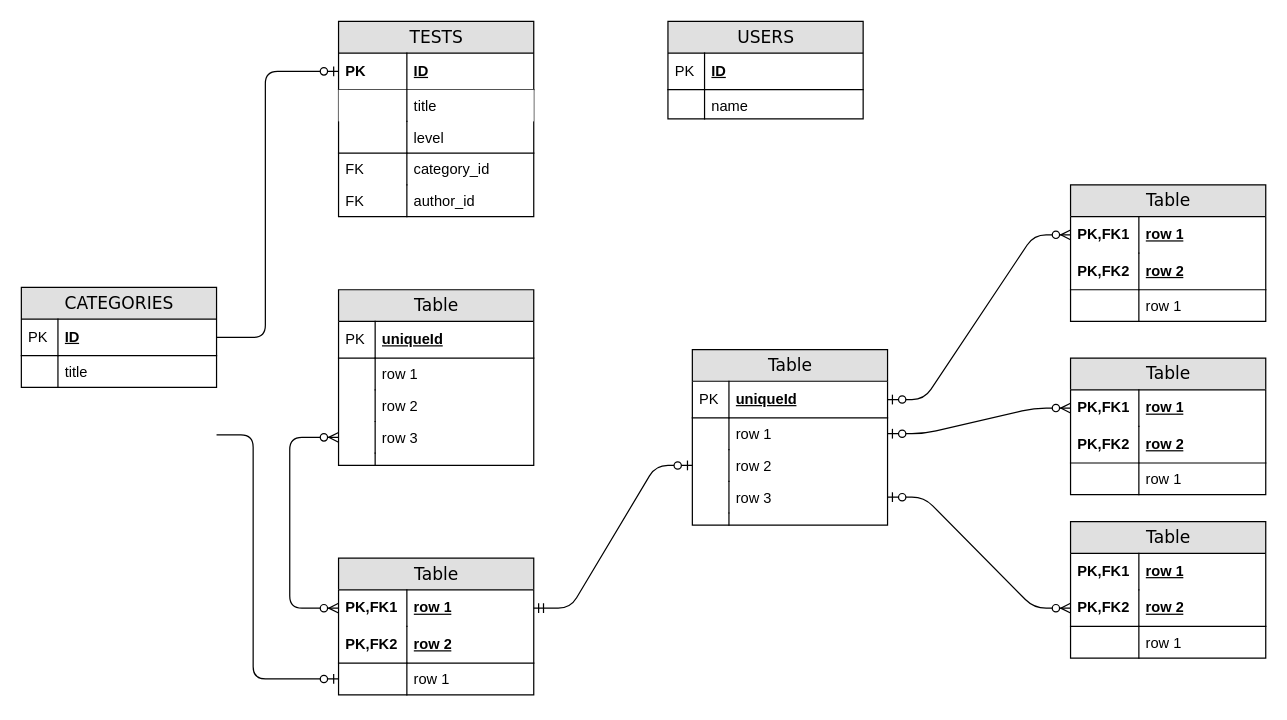
The draw.io diagram public/Untitled Diagram.drawio in skvortsovvg/TestGuru, before the edit. Source tidied: cells renumbered, new cells numbered last; positions are measured from the earlier drawing's top-left corner, leaving out a move shared by most shapes. Both pictures are drawn from the tidied source at 122%, with x=0, y=0 at pixel (21, 21).
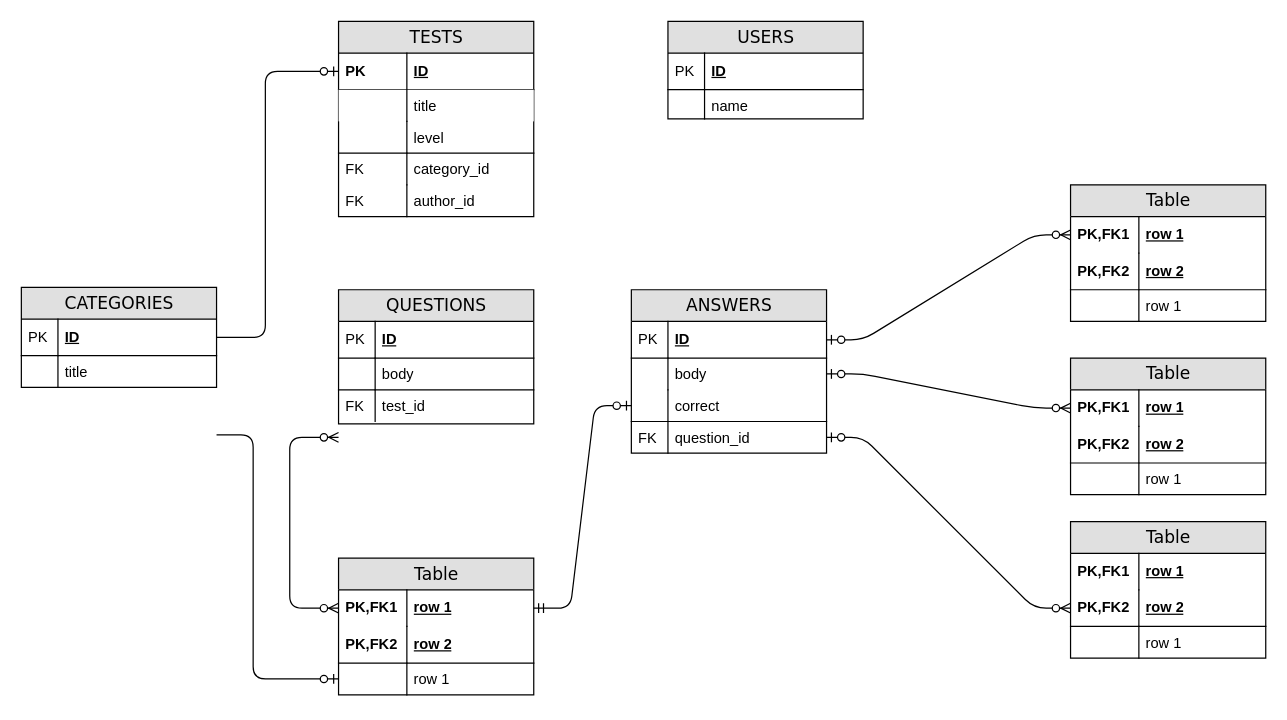
After the change.

Commit message:
questions, answers

Unchanged cells that the change refers to:
```xml
<mxCell id="48" value="row 1" style="shape=partialRectangle;top=0;left=0;right=0;bottom=0;html=1;align=left;verticalAlign=middle;fillColor=none;spacingLeft=60;spacingRight=4;whiteSpace=wrap;overflow=hidden;points=[[0,0.5],[1,0.5]];portConstraint=eastwest;fontStyle=5;" parent="47" vertex="1">
  <mxGeometry y="26" width="160" height="30" as="geometry" />
</mxCell>
```

The edit, as a diff of the source:
```diff
@@
-    <mxCell id="18" value="Table" style="swimlane;html=1;fontStyle=0;horizontal=1;startSize=26;fillColor=#e0e0e0;swimlaneFillColor=#ffffff;align=center;rounded=0;shadow=0;comic=0;labelBackgroundColor=none;strokeWidth=1;fontFamily=Verdana;fontSize=14;" parent="1" vertex="1">
-      <mxGeometry x="260" y="220" width="160" height="144" as="geometry" />
+    <mxCell id="18" value="QUESTIONS" style="swimlane;html=1;fontStyle=0;horizontal=1;startSize=26;fillColor=#e0e0e0;swimlaneFillColor=#ffffff;align=center;rounded=0;shadow=0;comic=0;labelBackgroundColor=none;strokeWidth=1;fontFamily=Verdana;fontSize=14;" parent="1" vertex="1">
+      <mxGeometry x="260" y="220" width="160" height="110" as="geometry" />
     </mxCell>
-    <mxCell id="19" value="uniqueId" style="shape=partialRectangle;top=0;left=0;right=0;bottom=1;html=1;align=left;verticalAlign=middle;fillColor=none;spacingLeft=34;spacingRight=4;whiteSpace=wrap;overflow=hidden;fontStyle=5;" parent="18" vertex="1">
+    <mxCell id="19" value="ID" style="shape=partialRectangle;top=0;left=0;right=0;bottom=1;html=1;align=left;verticalAlign=middle;fillColor=none;spacingLeft=34;spacingRight=4;whiteSpace=wrap;overflow=hidden;fontStyle=5;" parent="18" vertex="1">
       <mxGeometry y="26" width="160" height="30" as="geometry" />
     </mxCell>
@@
-    <mxCell id="21" value="row 1" style="shape=partialRectangle;top=0;left=0;right=0;bottom=0;html=1;align=left;verticalAlign=top;fillColor=none;spacingLeft=34;spacingRight=4;whiteSpace=wrap;overflow=hidden;" parent="18" vertex="1">
+    <mxCell id="21" value="body" style="shape=partialRectangle;top=0;left=0;right=0;bottom=0;html=1;align=left;verticalAlign=top;fillColor=none;spacingLeft=34;spacingRight=4;whiteSpace=wrap;overflow=hidden;" parent="18" vertex="1">
       <mxGeometry y="56" width="160" height="26" as="geometry" />
     </mxCell>
@@
-    <mxCell id="23" value="row 2" style="shape=partialRectangle;top=0;left=0;right=0;bottom=0;html=1;align=left;verticalAlign=top;fillColor=none;spacingLeft=34;spacingRight=4;whiteSpace=wrap;overflow=hidden;" parent="18" vertex="1">
+    <mxCell id="23" value="test_id" style="shape=partialRectangle;top=1;left=0;right=0;bottom=0;html=1;align=left;verticalAlign=top;fillColor=none;spacingLeft=34;spacingRight=4;whiteSpace=wrap;overflow=hidden;" parent="18" vertex="1">
       <mxGeometry y="82" width="160" height="26" as="geometry" />
     </mxCell>
-    <mxCell id="24" style="shape=partialRectangle;top=0;left=0;bottom=0;html=1;fillColor=none;align=left;verticalAlign=top;spacingLeft=4;spacingRight=4;whiteSpace=wrap;overflow=hidden;" parent="23" vertex="1">
+    <mxCell id="24" value="FK" style="shape=partialRectangle;top=0;left=0;bottom=0;html=1;fillColor=none;align=left;verticalAlign=top;spacingLeft=4;spacingRight=4;whiteSpace=wrap;overflow=hidden;" parent="23" vertex="1">
       <mxGeometry width="30" height="26" as="geometry" />
     </mxCell>
-    <mxCell id="25" value="row 3" style="shape=partialRectangle;top=0;left=0;right=0;bottom=0;html=1;align=left;verticalAlign=top;fillColor=none;spacingLeft=34;spacingRight=4;whiteSpace=wrap;overflow=hidden;points=[[0,0.5],[1,0.5]];portConstraint=eastwest;" parent="18" vertex="1">
-      <mxGeometry y="108" width="160" height="26" as="geometry" />
-    </mxCell>
-    <mxCell id="26" style="shape=partialRectangle;top=0;left=0;bottom=0;html=1;fillColor=none;align=left;verticalAlign=top;spacingLeft=4;spacingRight=4;whiteSpace=wrap;overflow=hidden;" parent="25" vertex="1">
-      <mxGeometry width="30" height="26" as="geometry" />
-    </mxCell>
-    <mxCell id="27" style="shape=partialRectangle;top=0;left=0;right=0;bottom=0;html=1;align=left;verticalAlign=top;fillColor=none;spacingLeft=34;spacingRight=4;whiteSpace=wrap;overflow=hidden;" parent="18" vertex="1">
-      <mxGeometry y="134" width="160" height="10" as="geometry" />
-    </mxCell>
-    <mxCell id="28" style="shape=partialRectangle;top=0;left=0;bottom=0;html=1;fillColor=none;align=left;verticalAlign=top;spacingLeft=4;spacingRight=4;whiteSpace=wrap;overflow=hidden;" parent="27" vertex="1">
-      <mxGeometry width="30" height="10" as="geometry" />
-    </mxCell>
-    <mxCell id="29" value="Table" style="swimlane;html=1;fontStyle=0;horizontal=1;startSize=26;fillColor=#e0e0e0;swimlaneFillColor=#ffffff;align=center;rounded=0;shadow=0;comic=0;labelBackgroundColor=none;strokeWidth=1;fontFamily=Verdana;fontSize=14;" parent="1" vertex="1">
-      <mxGeometry x="550" y="269" width="160" height="144" as="geometry" />
+    <mxCell id="29" value="ANSWERS" style="swimlane;html=1;fontStyle=0;horizontal=1;startSize=26;fillColor=#e0e0e0;swimlaneFillColor=#ffffff;align=center;rounded=0;shadow=0;comic=0;labelBackgroundColor=none;strokeWidth=1;fontFamily=Verdana;fontSize=14;" parent="1" vertex="1">
+      <mxGeometry x="500" y="220" width="160" height="134" as="geometry" />
     </mxCell>
-    <mxCell id="30" value="uniqueId" style="shape=partialRectangle;top=0;left=0;right=0;bottom=1;html=1;align=left;verticalAlign=middle;fillColor=none;spacingLeft=34;spacingRight=4;whiteSpace=wrap;overflow=hidden;points=[[0,0.5],[1,0.5]];portConstraint=eastwest;fontStyle=5;" parent="29" vertex="1">
+    <mxCell id="30" value="ID" style="shape=partialRectangle;top=0;left=0;right=0;bottom=1;html=1;align=left;verticalAlign=middle;fillColor=none;spacingLeft=34;spacingRight=4;whiteSpace=wrap;overflow=hidden;points=[[0,0.5],[1,0.5]];portConstraint=eastwest;fontStyle=5;" parent="29" vertex="1">
       <mxGeometry y="26" width="160" height="30" as="geometry" />
     </mxCell>
@@
-    <mxCell id="32" value="row 1" style="shape=partialRectangle;top=0;left=0;right=0;bottom=0;html=1;align=left;verticalAlign=top;fillColor=none;spacingLeft=34;spacingRight=4;whiteSpace=wrap;overflow=hidden;points=[[0,0.5],[1,0.5]];portConstraint=eastwest;" parent="29" vertex="1">
+    <mxCell id="32" value="body" style="shape=partialRectangle;top=0;left=0;right=0;bottom=0;html=1;align=left;verticalAlign=top;fillColor=none;spacingLeft=34;spacingRight=4;whiteSpace=wrap;overflow=hidden;points=[[0,0.5],[1,0.5]];portConstraint=eastwest;" parent="29" vertex="1">
       <mxGeometry y="56" width="160" height="26" as="geometry" />
     </mxCell>
@@
-    <mxCell id="34" value="row 2" style="shape=partialRectangle;top=0;left=0;right=0;bottom=0;html=1;align=left;verticalAlign=top;fillColor=none;spacingLeft=34;spacingRight=4;whiteSpace=wrap;overflow=hidden;points=[[0,0.5],[1,0.5]];portConstraint=eastwest;" parent="29" vertex="1">
+    <mxCell id="34" value="correct&lt;br&gt;" style="shape=partialRectangle;top=0;left=0;right=0;bottom=0;html=1;align=left;verticalAlign=top;fillColor=none;spacingLeft=34;spacingRight=4;whiteSpace=wrap;overflow=hidden;points=[[0,0.5],[1,0.5]];portConstraint=eastwest;" parent="29" vertex="1">
       <mxGeometry y="82" width="160" height="26" as="geometry" />
     </mxCell>
@@
-    <mxCell id="36" value="row 3" style="shape=partialRectangle;top=0;left=0;right=0;bottom=0;html=1;align=left;verticalAlign=top;fillColor=none;spacingLeft=34;spacingRight=4;whiteSpace=wrap;overflow=hidden;points=[[0,0.5],[1,0.5]];portConstraint=eastwest;" parent="29" vertex="1">
+    <mxCell id="36" value="question_id" style="shape=partialRectangle;top=1;left=0;right=0;bottom=0;html=1;align=left;verticalAlign=top;fillColor=none;spacingLeft=34;spacingRight=4;whiteSpace=wrap;overflow=hidden;points=[[0,0.5],[1,0.5]];portConstraint=eastwest;" parent="29" vertex="1">
       <mxGeometry y="108" width="160" height="26" as="geometry" />
     </mxCell>
-    <mxCell id="37" style="shape=partialRectangle;top=0;left=0;bottom=0;html=1;fillColor=none;align=left;verticalAlign=top;spacingLeft=4;spacingRight=4;whiteSpace=wrap;overflow=hidden;" parent="36" vertex="1">
+    <mxCell id="37" value="FK" style="shape=partialRectangle;top=0;left=0;bottom=0;html=1;fillColor=none;align=left;verticalAlign=top;spacingLeft=4;spacingRight=4;whiteSpace=wrap;overflow=hidden;" parent="36" vertex="1">
       <mxGeometry width="30" height="26" as="geometry" />
     </mxCell>
-    <mxCell id="38" style="shape=partialRectangle;top=0;left=0;right=0;bottom=0;html=1;align=left;verticalAlign=top;fillColor=none;spacingLeft=34;spacingRight=4;whiteSpace=wrap;overflow=hidden;" parent="29" vertex="1">
-      <mxGeometry y="134" width="160" height="10" as="geometry" />
-    </mxCell>
-    <mxCell id="39" style="shape=partialRectangle;top=0;left=0;bottom=0;html=1;fillColor=none;align=left;verticalAlign=top;spacingLeft=4;spacingRight=4;whiteSpace=wrap;overflow=hidden;" parent="38" vertex="1">
-      <mxGeometry width="30" height="10" as="geometry" />
-    </mxCell>
@@
-    <mxCell id="54" style="edgeStyle=orthogonalEdgeStyle;html=1;endArrow=ERzeroToMany;endFill=1;startArrow=ERzeroToMany;labelBackgroundColor=none;fontFamily=Verdana;fontSize=14;entryX=0;entryY=0.5;exitX=0;exitY=0.5;" parent="1" edge="1" source="48" target="25">
+    <mxCell id="54" style="edgeStyle=orthogonalEdgeStyle;html=1;endArrow=ERzeroToMany;endFill=1;startArrow=ERzeroToMany;labelBackgroundColor=none;fontFamily=Verdana;fontSize=14;entryX=0;entryY=0.5;exitX=0;exitY=0.5;" parent="1" edge="1" source="48">
       <mxGeometry relative="1" as="geometry">
+        <mxPoint x="260" y="341" as="targetPoint" />
         <Array as="points">
           <mxPoint x="220" y="481" />
           <mxPoint x="220" y="341" />
         </Array>
       </mxGeometry>
     </mxCell>
```
